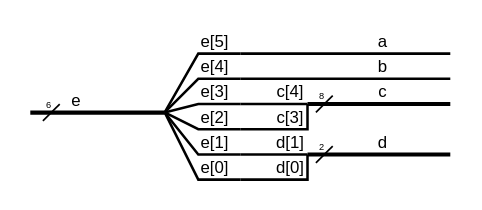
MPSU/APS keeps this draw.io diagram as .pic/Basic Verilog structures/concatenation/fig_03.drawio.svg. Above is the earlier version. Source tidied: cells renumbered, new cells last; positions are measured from the earlier drawing's top-left corner, leaving out a move shared by most shapes.
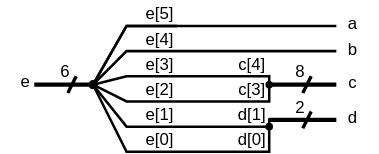
Above is the later version.

Change to the diagram source:
```diff
@@ -1,206 +1,178 @@
-<mxGraphModel>
+<mxGraphModel background="#ffffff">
   <root>
     <mxCell id="0" />
     <mxCell id="1" parent="0" />
-    <mxCell id="2" style="endArrow=none;html=1;rounded=0;strokeWidth=3;fontColor=#000000;strokeColor=#000000;" parent="1" edge="1">
-      <mxGeometry relative="1" as="geometry">
-        <mxPoint x="250" y="60" as="sourcePoint" />
-        <mxPoint x="500" y="60" as="targetPoint" />
-      </mxGeometry>
+    <mxCell id="2" value="&lt;font style=&quot;font-size: 20px;&quot;&gt;e[4]&lt;/font&gt;" style="text;html=1;strokeColor=none;fillColor=none;align=center;verticalAlign=middle;whiteSpace=wrap;rounded=0;fontColor=#000000;" parent="1" vertex="1">
+      <mxGeometry x="-230" y="120" width="60" height="30" as="geometry" />
     </mxCell>
-    <mxCell id="3" style="endArrow=none;html=1;rounded=0;strokeWidth=3;fontColor=#000000;strokeColor=#000000;" parent="1" edge="1">
-      <mxGeometry relative="1" as="geometry">
-        <mxPoint x="250" y="30" as="sourcePoint" />
-        <mxPoint x="500" y="30" as="targetPoint" />
-      </mxGeometry>
+    <mxCell id="3" value="&lt;font style=&quot;font-size: 20px;&quot;&gt;e[2]&lt;/font&gt;" style="text;html=1;strokeColor=none;fillColor=none;align=center;verticalAlign=middle;whiteSpace=wrap;rounded=0;fontColor=#000000;" parent="1" vertex="1">
+      <mxGeometry x="-230" y="180" width="60" height="30" as="geometry" />
     </mxCell>
-    <mxCell id="4" style="endArrow=none;html=1;rounded=0;strokeWidth=5;fontColor=#000000;strokeColor=#000000;" parent="1" edge="1">
-      <mxGeometry relative="1" as="geometry">
-        <mxPoint x="330" y="90" as="sourcePoint" />
-        <mxPoint x="500" y="90" as="targetPoint" />
-      </mxGeometry>
+    <mxCell id="4" value="&lt;font style=&quot;font-size: 20px;&quot;&gt;e[1]&lt;/font&gt;" style="text;html=1;strokeColor=none;fillColor=none;align=center;verticalAlign=middle;whiteSpace=wrap;rounded=0;fontColor=#000000;" parent="1" vertex="1">
+      <mxGeometry x="-230" y="210" width="60" height="30" as="geometry" />
     </mxCell>
-    <mxCell id="5" style="endArrow=none;html=1;rounded=0;strokeWidth=5;fontColor=#000000;strokeColor=#000000;" parent="1" edge="1">
-      <mxGeometry relative="1" as="geometry">
-        <mxPoint x="330" y="150.1" as="sourcePoint" />
-        <mxPoint x="500" y="150.1" as="targetPoint" />
-      </mxGeometry>
+    <mxCell id="5" value="&lt;font style=&quot;font-size: 20px;&quot;&gt;d[1]&lt;/font&gt;" style="text;html=1;strokeColor=none;fillColor=none;align=center;verticalAlign=middle;whiteSpace=wrap;rounded=0;fontColor=#000000;" parent="1" vertex="1">
+      <mxGeometry x="-120" y="210" width="60" height="30" as="geometry" />
     </mxCell>
-    <mxCell id="6" style="endArrow=none;html=1;rounded=0;strokeWidth=5;fontColor=#000000;strokeColor=#000000;" parent="1" edge="1">
-      <mxGeometry relative="1" as="geometry">
-        <mxPoint y="100.1" as="sourcePoint" />
-        <mxPoint x="160" y="100.1" as="targetPoint" />
-      </mxGeometry>
+    <mxCell id="6" value="&lt;font style=&quot;font-size: 20px;&quot;&gt;e[3]&lt;/font&gt;" style="text;html=1;strokeColor=none;fillColor=none;align=center;verticalAlign=middle;whiteSpace=wrap;rounded=0;fontColor=#000000;" parent="1" vertex="1">
+      <mxGeometry x="-230" y="150" width="60" height="30" as="geometry" />
     </mxCell>
-    <mxCell id="7" style="endArrow=none;html=1;rounded=0;fontColor=#000000;strokeColor=#000000;strokeWidth=2;" parent="1" edge="1">
-      <mxGeometry relative="1" as="geometry">
-        <mxPoint x="340" y="100" as="sourcePoint" />
-        <mxPoint x="360" y="80" as="targetPoint" />
-      </mxGeometry>
+    <mxCell id="7" value="&lt;font style=&quot;font-size: 20px;&quot;&gt;e[5]&lt;/font&gt;" style="text;html=1;strokeColor=none;fillColor=none;align=center;verticalAlign=middle;whiteSpace=wrap;rounded=0;fontColor=#000000;" parent="1" vertex="1">
+      <mxGeometry x="-230" y="90" width="60" height="30" as="geometry" />
     </mxCell>
-    <mxCell id="8" value="8" style="edgeLabel;html=1;align=center;verticalAlign=middle;labelBackgroundColor=none;fontColor=#000000;" parent="7" vertex="1">
-      <mxGeometry x="0.52" relative="1" as="geometry">
-        <mxPoint x="-8" y="-5" as="offset" />
-      </mxGeometry>
+    <mxCell id="8" value="&lt;font style=&quot;font-size: 20px;&quot;&gt;e[0]&lt;/font&gt;" style="text;html=1;strokeColor=none;fillColor=none;align=center;verticalAlign=middle;whiteSpace=wrap;rounded=0;fontColor=#000000;" parent="1" vertex="1">
+      <mxGeometry x="-230" y="240" width="60" height="30" as="geometry" />
     </mxCell>
-    <mxCell id="9" style="endArrow=none;html=1;rounded=0;fontColor=#000000;strokeColor=#000000;strokeWidth=2;" parent="1" edge="1">
+    <mxCell id="9" style="endArrow=none;html=1;rounded=0;strokeWidth=5;fontColor=#000000;strokeColor=#000000;endFill=0;" parent="1" edge="1">
       <mxGeometry relative="1" as="geometry">
-        <mxPoint x="340" y="160.1" as="sourcePoint" />
-        <mxPoint x="360" y="140.1" as="targetPoint" />
+        <mxPoint x="10" y="190" as="sourcePoint" />
+        <mxPoint x="-70" y="190" as="targetPoint" />
       </mxGeometry>
     </mxCell>
-    <mxCell id="10" value="2" style="edgeLabel;html=1;align=center;verticalAlign=middle;labelBackgroundColor=none;fontColor=#000000;" parent="9" vertex="1">
-      <mxGeometry x="0.52" relative="1" as="geometry">
-        <mxPoint x="-8" y="-5" as="offset" />
+    <mxCell id="10" style="endArrow=none;html=1;rounded=0;strokeWidth=5;fontColor=#000000;strokeColor=#000000;" parent="1" edge="1">
+      <mxGeometry relative="1" as="geometry">
+        <mxPoint x="10" y="232" as="sourcePoint" />
+        <mxPoint x="-70" y="232" as="targetPoint" />
       </mxGeometry>
     </mxCell>
-    <mxCell id="11" style="endArrow=none;html=1;rounded=0;fontColor=#000000;strokeColor=#000000;strokeWidth=2;" parent="1" edge="1">
+    <mxCell id="11" style="endArrow=none;html=1;rounded=0;fontColor=#000000;strokeColor=#000000;strokeWidth=4;" parent="1" edge="1">
       <mxGeometry relative="1" as="geometry">
-        <mxPoint x="15" y="110.1" as="sourcePoint" />
-        <mxPoint x="35" y="90.1" as="targetPoint" />
+        <mxPoint x="-30" y="200" as="sourcePoint" />
+        <mxPoint x="-20" y="180" as="targetPoint" />
       </mxGeometry>
     </mxCell>
-    <mxCell id="12" value="6" style="edgeLabel;html=1;align=center;verticalAlign=middle;labelBackgroundColor=none;fontColor=#000000;" parent="11" vertex="1">
+    <mxCell id="12" value="&lt;font style=&quot;font-size: 20px;&quot;&gt;8&lt;/font&gt;" style="edgeLabel;html=1;align=center;verticalAlign=middle;labelBackgroundColor=none;fontColor=#000000;fontSize=12;" parent="11" vertex="1">
       <mxGeometry x="0.52" relative="1" as="geometry">
-        <mxPoint x="-8" y="-5" as="offset" />
+        <mxPoint x="-11" y="-11" as="offset" />
       </mxGeometry>
     </mxCell>
-    <mxCell id="13" value="&lt;font style=&quot;font-size: 20px;&quot;&gt;a&lt;/font&gt;" style="text;html=1;strokeColor=none;fillColor=none;align=center;verticalAlign=middle;whiteSpace=wrap;rounded=0;fontColor=#000000;" parent="1" vertex="1">
-      <mxGeometry x="390" width="60" height="30" as="geometry" />
+    <mxCell id="13" style="endArrow=none;html=1;rounded=0;fontColor=#000000;strokeColor=#000000;strokeWidth=4;" parent="1" edge="1">
+      <mxGeometry relative="1" as="geometry">
+        <mxPoint x="-30" y="242" as="sourcePoint" />
+        <mxPoint x="-20" y="222" as="targetPoint" />
+      </mxGeometry>
     </mxCell>
-    <mxCell id="14" value="&lt;font style=&quot;font-size: 20px;&quot;&gt;b&lt;/font&gt;" style="text;html=1;strokeColor=none;fillColor=none;align=center;verticalAlign=middle;whiteSpace=wrap;rounded=0;fontColor=#000000;" parent="1" vertex="1">
-      <mxGeometry x="390" y="30" width="60" height="30" as="geometry" />
+    <mxCell id="14" value="&lt;font style=&quot;font-size: 20px;&quot;&gt;2&lt;/font&gt;" style="edgeLabel;html=1;align=center;verticalAlign=middle;labelBackgroundColor=none;fontColor=#000000;" parent="13" vertex="1">
+      <mxGeometry x="0.52" relative="1" as="geometry">
+        <mxPoint x="-11" y="-11" as="offset" />
+      </mxGeometry>
     </mxCell>
-    <mxCell id="15" value="&lt;font style=&quot;font-size: 20px;&quot;&gt;c&lt;br&gt;&lt;/font&gt;" style="text;html=1;strokeColor=none;fillColor=none;align=center;verticalAlign=middle;whiteSpace=wrap;rounded=0;fontColor=#000000;" parent="1" vertex="1">
-      <mxGeometry x="390" y="60" width="60" height="30" as="geometry" />
+    <mxCell id="15" value="&lt;font style=&quot;font-size: 20px;&quot;&gt;a&lt;/font&gt;" style="text;html=1;strokeColor=none;fillColor=none;align=center;verticalAlign=middle;whiteSpace=wrap;rounded=0;fontColor=#000000;" parent="1" vertex="1">
+      <mxGeometry y="102" width="60" height="30" as="geometry" />
     </mxCell>
-    <mxCell id="16" value="&lt;font style=&quot;font-size: 20px;&quot;&gt;d&lt;/font&gt;" style="text;html=1;strokeColor=none;fillColor=none;align=center;verticalAlign=middle;whiteSpace=wrap;rounded=0;fontColor=#000000;" parent="1" vertex="1">
-      <mxGeometry x="390" y="120" width="60" height="30" as="geometry" />
+    <mxCell id="16" value="&lt;font style=&quot;font-size: 20px;&quot;&gt;b&lt;/font&gt;" style="text;html=1;strokeColor=none;fillColor=none;align=center;verticalAlign=middle;whiteSpace=wrap;rounded=0;fontColor=#000000;" parent="1" vertex="1">
+      <mxGeometry y="132" width="60" height="30" as="geometry" />
     </mxCell>
-    <mxCell id="17" value="&lt;font style=&quot;font-size: 20px;&quot;&gt;e&lt;/font&gt;" style="text;html=1;strokeColor=none;fillColor=none;align=center;verticalAlign=middle;whiteSpace=wrap;rounded=0;fontColor=#000000;" parent="1" vertex="1">
-      <mxGeometry x="25" y="70" width="60" height="30" as="geometry" />
+    <mxCell id="17" value="&lt;font style=&quot;font-size: 20px;&quot;&gt;c&lt;br&gt;&lt;/font&gt;" style="text;html=1;strokeColor=none;fillColor=none;align=center;verticalAlign=middle;whiteSpace=wrap;rounded=0;fontColor=#000000;" parent="1" vertex="1">
+      <mxGeometry y="172" width="60" height="30" as="geometry" />
     </mxCell>
-    <mxCell id="18" style="endArrow=none;html=1;rounded=0;strokeWidth=3;fontColor=#000000;strokeColor=#000000;" parent="1" edge="1">
-      <mxGeometry relative="1" as="geometry">
-        <mxPoint x="250" y="90" as="sourcePoint" />
-        <mxPoint x="330" y="90" as="targetPoint" />
-        <Array as="points">
-          <mxPoint x="330" y="90" />
-        </Array>
-      </mxGeometry>
+    <mxCell id="18" value="&lt;font style=&quot;font-size: 20px;&quot;&gt;d&lt;/font&gt;" style="text;html=1;strokeColor=none;fillColor=none;align=center;verticalAlign=middle;whiteSpace=wrap;rounded=0;fontColor=#000000;" parent="1" vertex="1">
+      <mxGeometry y="214" width="60" height="30" as="geometry" />
     </mxCell>
-    <mxCell id="19" style="endArrow=none;html=1;rounded=0;strokeWidth=3;fontColor=#000000;strokeColor=#000000;" parent="1" edge="1">
-      <mxGeometry relative="1" as="geometry">
-        <mxPoint x="250" y="180" as="sourcePoint" />
-        <mxPoint x="330" y="150" as="targetPoint" />
-        <Array as="points">
-          <mxPoint x="330" y="180" />
-        </Array>
-      </mxGeometry>
+    <mxCell id="19" value="&lt;font style=&quot;font-size: 20px;&quot;&gt;e&lt;/font&gt;" style="text;html=1;strokeColor=none;fillColor=none;align=center;verticalAlign=middle;whiteSpace=wrap;rounded=0;fontColor=#000000;" parent="1" vertex="1">
+      <mxGeometry x="-390" y="170" width="60" height="30" as="geometry" />
     </mxCell>
-    <mxCell id="20" value="&lt;font style=&quot;font-size: 20px;&quot;&gt;e[5]&lt;/font&gt;" style="text;html=1;strokeColor=none;fillColor=none;align=center;verticalAlign=middle;whiteSpace=wrap;rounded=0;fontColor=#000000;" parent="1" vertex="1">
-      <mxGeometry x="190" width="60" height="30" as="geometry" />
+    <mxCell id="20" value="&lt;font style=&quot;font-size: 20px;&quot;&gt;c[4]&lt;br&gt;&lt;/font&gt;" style="text;html=1;strokeColor=none;fillColor=none;align=center;verticalAlign=middle;whiteSpace=wrap;rounded=0;fontColor=#000000;" parent="1" vertex="1">
+      <mxGeometry x="-120" y="150" width="60" height="30" as="geometry" />
     </mxCell>
-    <mxCell id="21" value="&lt;font style=&quot;font-size: 20px;&quot;&gt;e[4]&lt;/font&gt;" style="text;html=1;strokeColor=none;fillColor=none;align=center;verticalAlign=middle;whiteSpace=wrap;rounded=0;fontColor=#000000;" parent="1" vertex="1">
-      <mxGeometry x="190" y="30" width="60" height="30" as="geometry" />
+    <mxCell id="21" value="&lt;font style=&quot;font-size: 20px;&quot;&gt;c[3]&lt;br&gt;&lt;/font&gt;" style="text;html=1;strokeColor=none;fillColor=none;align=center;verticalAlign=middle;whiteSpace=wrap;rounded=0;fontColor=#000000;" parent="1" vertex="1">
+      <mxGeometry x="-120" y="180" width="60" height="30" as="geometry" />
     </mxCell>
-    <mxCell id="22" value="&lt;font style=&quot;font-size: 20px;&quot;&gt;e[3]&lt;/font&gt;" style="text;html=1;strokeColor=none;fillColor=none;align=center;verticalAlign=middle;whiteSpace=wrap;rounded=0;fontColor=#000000;" parent="1" vertex="1">
-      <mxGeometry x="190" y="60" width="60" height="30" as="geometry" />
+    <mxCell id="22" value="&lt;font style=&quot;font-size: 20px;&quot;&gt;d[0]&lt;/font&gt;" style="text;html=1;strokeColor=none;fillColor=none;align=center;verticalAlign=middle;whiteSpace=wrap;rounded=0;fontColor=#000000;" parent="1" vertex="1">
+      <mxGeometry x="-120" y="240" width="60" height="30" as="geometry" />
     </mxCell>
-    <mxCell id="23" style="endArrow=none;html=1;rounded=0;strokeWidth=3;fontColor=#000000;strokeColor=#000000;" parent="1" edge="1">
+    <mxCell id="23" style="endArrow=none;html=1;rounded=0;strokeWidth=3;fontColor=#000000;strokeColor=#4D4D4D;" parent="1" edge="1">
       <mxGeometry relative="1" as="geometry">
-        <mxPoint x="250" y="120" as="sourcePoint" />
-        <mxPoint x="330" y="90" as="targetPoint" />
+        <mxPoint x="-180" y="120" as="sourcePoint" />
+        <mxPoint x="-280" y="190" as="targetPoint" />
         <Array as="points">
-          <mxPoint x="330" y="120" />
+          <mxPoint x="-240" y="120" />
         </Array>
       </mxGeometry>
     </mxCell>
-    <mxCell id="24" value="&lt;font style=&quot;font-size: 20px;&quot;&gt;e[2]&lt;/font&gt;" style="text;html=1;strokeColor=none;fillColor=none;align=center;verticalAlign=middle;whiteSpace=wrap;rounded=0;fontColor=#000000;" parent="1" vertex="1">
-      <mxGeometry x="190" y="90" width="60" height="30" as="geometry" />
+    <mxCell id="24" style="endArrow=none;html=1;rounded=0;strokeWidth=3;fontColor=#000000;strokeColor=#4D4D4D;" parent="1" edge="1">
+      <mxGeometry relative="1" as="geometry">
+        <mxPoint x="-180" y="120" as="sourcePoint" />
+        <mxPoint x="-280" y="190" as="targetPoint" />
+        <Array as="points">
+          <mxPoint x="-240" y="120" />
+        </Array>
+      </mxGeometry>
     </mxCell>
-    <mxCell id="25" style="endArrow=none;html=1;rounded=0;strokeWidth=3;fontColor=#000000;strokeColor=#000000;" parent="1" edge="1">
+    <mxCell id="25" style="endArrow=none;html=1;rounded=0;strokeWidth=5;fontColor=#000000;strokeColor=#000000;startArrow=oval;startFill=1;" parent="1" edge="1">
       <mxGeometry relative="1" as="geometry">
-        <mxPoint x="250" y="150" as="sourcePoint" />
-        <mxPoint x="330" y="150" as="targetPoint" />
-        <Array as="points">
-          <mxPoint x="330" y="150" />
-        </Array>
+        <mxPoint x="-280" y="190" as="sourcePoint" />
+        <mxPoint x="-350" y="190" as="targetPoint" />
       </mxGeometry>
     </mxCell>
-    <mxCell id="26" value="&lt;font style=&quot;font-size: 20px;&quot;&gt;e[1]&lt;/font&gt;" style="text;html=1;strokeColor=none;fillColor=none;align=center;verticalAlign=middle;whiteSpace=wrap;rounded=0;fontColor=#000000;" parent="1" vertex="1">
-      <mxGeometry x="190" y="120" width="60" height="30" as="geometry" />
+    <mxCell id="26" style="endArrow=none;html=1;rounded=0;strokeWidth=3;fontColor=#000000;strokeColor=#000000;" parent="1" edge="1">
+      <mxGeometry relative="1" as="geometry">
+        <mxPoint x="-70" y="230" as="sourcePoint" />
+        <mxPoint x="-280" y="190" as="targetPoint" />
+        <Array as="points">
+          <mxPoint x="-70" y="270" />
+          <mxPoint x="-240" y="270" />
+        </Array>
+      </mxGeometry>
     </mxCell>
-    <mxCell id="27" value="&lt;font style=&quot;font-size: 20px;&quot;&gt;e[0]&lt;/font&gt;" style="text;html=1;strokeColor=none;fillColor=none;align=center;verticalAlign=middle;whiteSpace=wrap;rounded=0;fontColor=#000000;" parent="1" vertex="1">
-      <mxGeometry x="190" y="150" width="60" height="30" as="geometry" />
+    <mxCell id="27" style="endArrow=none;html=1;rounded=0;strokeWidth=3;fontColor=#000000;strokeColor=#000000;startArrow=oval;startFill=1;" parent="1" edge="1">
+      <mxGeometry relative="1" as="geometry">
+        <mxPoint x="-70" y="240" as="sourcePoint" />
+        <mxPoint x="-280" y="190" as="targetPoint" />
+        <Array as="points">
+          <mxPoint x="-240" y="240" />
+        </Array>
+      </mxGeometry>
     </mxCell>
-    <mxCell id="28" value="&lt;font style=&quot;font-size: 20px;&quot;&gt;c[4]&lt;br&gt;&lt;/font&gt;" style="text;html=1;strokeColor=none;fillColor=none;align=center;verticalAlign=middle;whiteSpace=wrap;rounded=0;fontColor=#000000;" parent="1" vertex="1">
-      <mxGeometry x="280" y="60" width="60" height="30" as="geometry" />
+    <mxCell id="28" style="endArrow=none;html=1;rounded=0;strokeWidth=3;fontColor=#000000;strokeColor=#000000;" parent="1" edge="1">
+      <mxGeometry relative="1" as="geometry">
+        <mxPoint x="-70" y="190" as="sourcePoint" />
+        <mxPoint x="-280" y="190" as="targetPoint" />
+        <Array as="points">
+          <mxPoint x="-70" y="210" />
+          <mxPoint x="-240" y="210" />
+        </Array>
+      </mxGeometry>
     </mxCell>
-    <mxCell id="29" value="&lt;font style=&quot;font-size: 20px;&quot;&gt;c[3]&lt;br&gt;&lt;/font&gt;" style="text;html=1;strokeColor=none;fillColor=none;align=center;verticalAlign=middle;whiteSpace=wrap;rounded=0;fontColor=#000000;" parent="1" vertex="1">
-      <mxGeometry x="280" y="90" width="60" height="30" as="geometry" />
+    <mxCell id="29" style="endArrow=none;html=1;rounded=0;strokeWidth=3;fontColor=#000000;strokeColor=#000000;endFill=0;startArrow=oval;startFill=1;" parent="1" edge="1">
+      <mxGeometry relative="1" as="geometry">
+        <mxPoint x="-70" y="190" as="sourcePoint" />
+        <mxPoint x="-280" y="190" as="targetPoint" />
+        <Array as="points">
+          <mxPoint x="-70" y="180" />
+          <mxPoint x="-140" y="180" />
+          <mxPoint x="-240" y="180" />
+        </Array>
+      </mxGeometry>
     </mxCell>
-    <mxCell id="30" value="&lt;font style=&quot;font-size: 20px;&quot;&gt;d[1]&lt;/font&gt;" style="text;html=1;strokeColor=none;fillColor=none;align=center;verticalAlign=middle;whiteSpace=wrap;rounded=0;fontColor=#000000;" parent="1" vertex="1">
-      <mxGeometry x="280" y="120" width="60" height="30" as="geometry" />
+    <mxCell id="30" style="endArrow=none;html=1;rounded=0;strokeWidth=3;fontColor=#000000;strokeColor=#000000;" parent="1" edge="1">
+      <mxGeometry relative="1" as="geometry">
+        <mxPoint x="10" y="150" as="sourcePoint" />
+        <mxPoint x="-280" y="190" as="targetPoint" />
+        <Array as="points">
+          <mxPoint x="-240" y="150" />
+        </Array>
+      </mxGeometry>
     </mxCell>
-    <mxCell id="31" value="&lt;font style=&quot;font-size: 20px;&quot;&gt;d[0]&lt;/font&gt;" style="text;html=1;strokeColor=none;fillColor=none;align=center;verticalAlign=middle;whiteSpace=wrap;rounded=0;fontColor=#000000;" parent="1" vertex="1">
-      <mxGeometry x="280" y="150" width="60" height="30" as="geometry" />
+    <mxCell id="31" style="endArrow=none;html=1;rounded=0;strokeWidth=3;fontColor=#000000;strokeColor=#000000;" parent="1" edge="1">
+      <mxGeometry relative="1" as="geometry">
+        <mxPoint x="10" y="120" as="sourcePoint" />
+        <mxPoint x="-280" y="190" as="targetPoint" />
+        <Array as="points">
+          <mxPoint x="-240" y="120" />
+        </Array>
+      </mxGeometry>
     </mxCell>
-    <mxCell id="32" style="endArrow=none;html=1;rounded=0;strokeWidth=3;fontColor=#000000;strokeColor=#000000;" parent="1" edge="1">
+    <mxCell id="32" style="endArrow=none;html=1;rounded=0;fontColor=#000000;strokeColor=#000000;strokeWidth=4;" parent="1" edge="1">
       <mxGeometry relative="1" as="geometry">
-        <mxPoint x="160" y="100" as="sourcePoint" />
-        <mxPoint x="250" y="30" as="targetPoint" />
-        <Array as="points">
-          <mxPoint x="200" y="30" />
-        </Array>
+        <mxPoint x="-310" y="200" as="sourcePoint" />
+        <mxPoint x="-300" y="180" as="targetPoint" />
       </mxGeometry>
     </mxCell>
-    <mxCell id="33" style="endArrow=none;html=1;rounded=0;strokeWidth=3;fontColor=#000000;strokeColor=#000000;" parent="1" edge="1">
-      <mxGeometry relative="1" as="geometry">
-        <mxPoint x="160" y="100" as="sourcePoint" />
-        <mxPoint x="250" y="150" as="targetPoint" />
-        <Array as="points">
-          <mxPoint x="200" y="150" />
-          <mxPoint x="250" y="150" />
-        </Array>
+    <mxCell id="33" value="&lt;font style=&quot;font-size: 20px;&quot;&gt;6&lt;/font&gt;" style="edgeLabel;html=1;align=center;verticalAlign=middle;labelBackgroundColor=none;fontColor=#000000;" parent="32" vertex="1">
+      <mxGeometry x="0.52" relative="1" as="geometry">
+        <mxPoint x="-11" y="-11" as="offset" />
       </mxGeometry>
     </mxCell>
-    <mxCell id="34" style="endArrow=none;html=1;rounded=0;strokeWidth=3;fontColor=#000000;strokeColor=#000000;" parent="1" edge="1">
-      <mxGeometry relative="1" as="geometry">
-        <mxPoint x="160" y="100" as="sourcePoint" />
-        <mxPoint x="250" y="60" as="targetPoint" />
-        <Array as="points">
-          <mxPoint x="200" y="60" />
-        </Array>
-      </mxGeometry>
-    </mxCell>
-    <mxCell id="35" style="endArrow=none;html=1;rounded=0;strokeWidth=3;fontColor=#000000;strokeColor=#000000;" parent="1" edge="1">
-      <mxGeometry relative="1" as="geometry">
-        <mxPoint x="160" y="100" as="sourcePoint" />
-        <mxPoint x="250" y="90" as="targetPoint" />
-        <Array as="points">
-          <mxPoint x="200" y="90" />
-        </Array>
-      </mxGeometry>
-    </mxCell>
-    <mxCell id="36" style="endArrow=none;html=1;rounded=0;strokeWidth=3;fontColor=#000000;strokeColor=#000000;" parent="1" edge="1">
-      <mxGeometry relative="1" as="geometry">
-        <mxPoint x="160" y="100" as="sourcePoint" />
-        <mxPoint x="250" y="120" as="targetPoint" />
-        <Array as="points">
-          <mxPoint x="200" y="120" />
-          <mxPoint x="250" y="120" />
-        </Array>
-      </mxGeometry>
-    </mxCell>
-    <mxCell id="37" style="endArrow=none;html=1;rounded=0;strokeWidth=3;fontColor=#000000;strokeColor=#000000;" parent="1" edge="1">
-      <mxGeometry relative="1" as="geometry">
-        <mxPoint x="160" y="100" as="sourcePoint" />
-        <mxPoint x="250" y="180" as="targetPoint" />
-        <Array as="points">
-          <mxPoint x="200" y="180" />
-        </Array>
-      </mxGeometry>
-    </mxCell>
   </root>
 </mxGraphModel>
```
